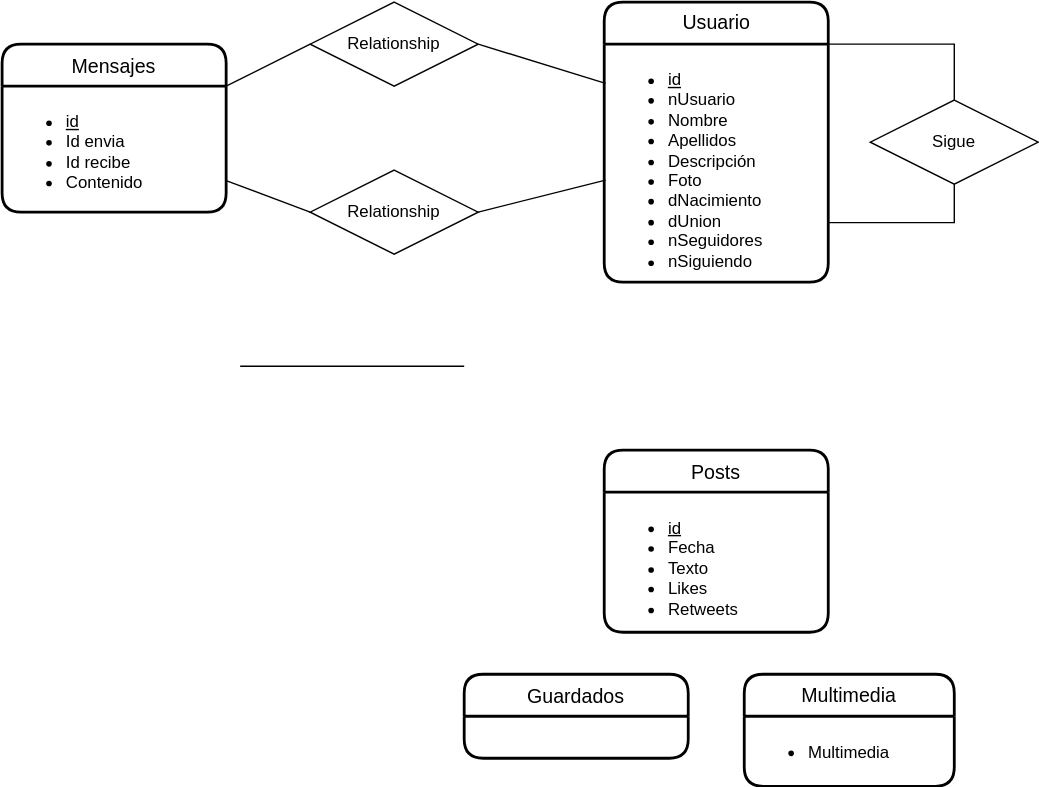
This is UD12-16.svg from Jimxx22/C3-UD11-UML, a draw.io export, as it was before one commit. Source tidied: cells renumbered, new cells last; positions are measured from the earlier drawing's top-left corner, leaving out a move shared by most shapes.
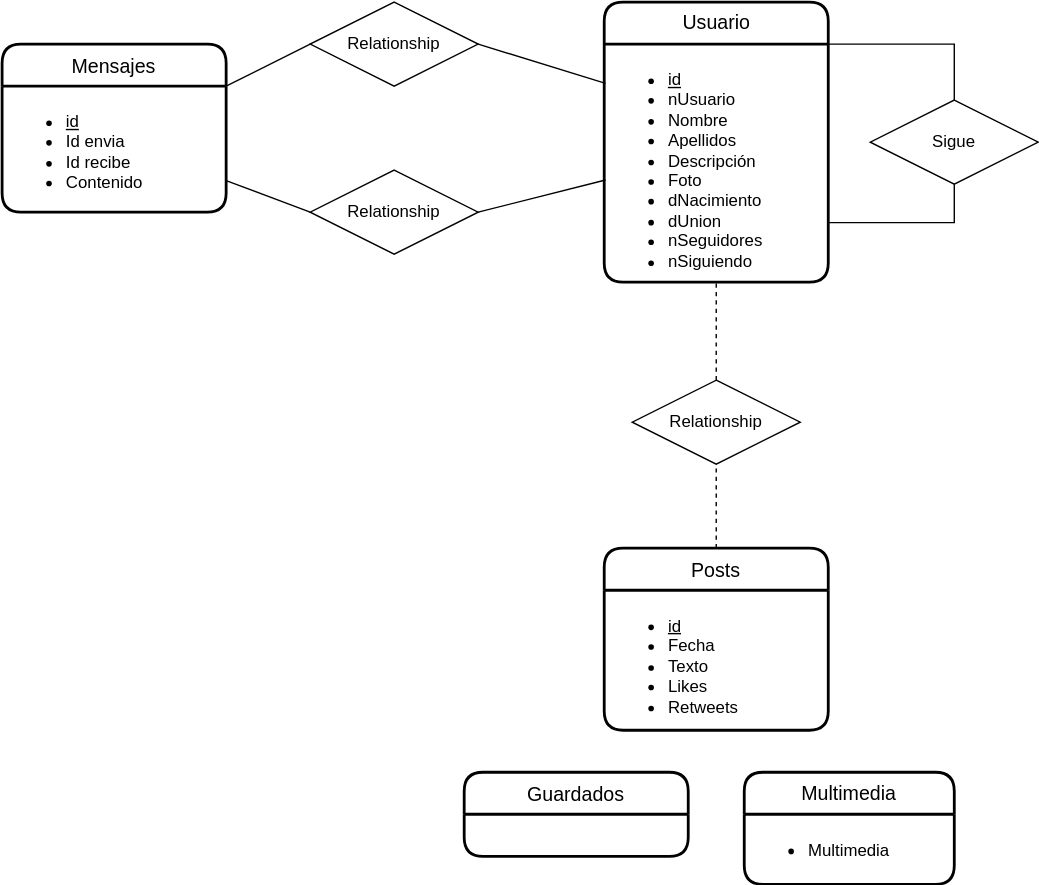
The same file after the commit.

What changed in the source:
```diff
@@ -9,7 +9,7 @@
       <mxGeometry y="30" width="160" height="170" as="geometry" />
     </mxCell>
     <mxCell id="4" value="Posts" style="swimlane;horizontal=1;startSize=30;rounded=1;fontSize=14;fontStyle=0;strokeWidth=2;shadow=0;dashed=0;align=center;" parent="1" vertex="1">
-      <mxGeometry x="430" y="320" width="160" height="130" as="geometry" />
+      <mxGeometry x="430" y="390" width="160" height="130" as="geometry" />
     </mxCell>
     <mxCell id="5" value="&lt;ul&gt;&lt;li&gt;&lt;u&gt;id&lt;/u&gt;&lt;/li&gt;&lt;li&gt;Fecha&lt;/li&gt;&lt;li&gt;Texto&lt;/li&gt;&lt;li&gt;Likes&lt;/li&gt;&lt;li&gt;Retweets&lt;/li&gt;&lt;/ul&gt;" style="align=left;strokeColor=none;fillColor=none;spacingLeft=4;fontSize=12;verticalAlign=top;html=1;" parent="4" vertex="1">
       <mxGeometry y="30" width="160" height="100" as="geometry" />
@@ -21,10 +21,10 @@
       <mxGeometry y="30" width="160" height="90" as="geometry" />
     </mxCell>
     <mxCell id="8" value="Guardados" style="swimlane;horizontal=1;startSize=30;rounded=1;fontSize=14;fontStyle=0;strokeWidth=2;shadow=0;dashed=0;align=center;" parent="1" vertex="1">
-      <mxGeometry x="330" y="480" width="160" height="60" as="geometry" />
+      <mxGeometry x="330" y="550" width="160" height="60" as="geometry" />
     </mxCell>
     <mxCell id="9" value="Multimedia" style="swimlane;horizontal=1;startSize=30;rounded=1;fontSize=14;fontStyle=0;strokeWidth=2;shadow=0;dashed=0;align=center;verticalAlign=top;" parent="1" vertex="1">
-      <mxGeometry x="530" y="480" width="150" height="80" as="geometry" />
+      <mxGeometry x="530" y="550" width="150" height="80" as="geometry" />
     </mxCell>
     <mxCell id="10" value="&lt;ul&gt;&lt;li&gt;Multimedia&lt;/li&gt;&lt;/ul&gt;" style="align=left;strokeColor=none;fillColor=none;spacingLeft=4;fontSize=12;verticalAlign=top;html=1;" parent="9" vertex="1">
       <mxGeometry y="30" width="150" height="50" as="geometry" />
@@ -60,11 +60,14 @@
         </Array>
       </mxGeometry>
     </mxCell>
-    <mxCell id="20" style="endArrow=none;html=1;rounded=0;labelBackgroundColor=none;" parent="1" edge="1">
-      <mxGeometry relative="1" as="geometry">
-        <mxPoint x="170" y="260" as="sourcePoint" />
-        <mxPoint x="330" y="260" as="targetPoint" />
-      </mxGeometry>
+    <mxCell id="20" style="endArrow=none;html=1;rounded=0;labelBackgroundColor=none;entryX=0.5;entryY=1;entryDx=0;entryDy=0;exitX=0.5;exitY=0;exitDx=0;exitDy=0;dashed=1;" parent="1" edge="1" source="21" target="3">
+      <mxGeometry relative="1" as="geometry" />
     </mxCell>
+    <mxCell id="21" value="Relationship" style="shape=rhombus;perimeter=rhombusPerimeter;whiteSpace=wrap;html=1;align=center;labelBackgroundColor=none;" parent="1" vertex="1">
+      <mxGeometry x="450" y="270" width="120" height="60" as="geometry" />
+    </mxCell>
+    <mxCell id="22" style="endArrow=none;html=1;rounded=0;labelBackgroundColor=none;entryX=0.5;entryY=1;entryDx=0;entryDy=0;exitX=0.5;exitY=0;exitDx=0;exitDy=0;dashed=1;" parent="1" edge="1" source="4" target="21">
+      <mxGeometry relative="1" as="geometry" />
+    </mxCell>
   </root>
 </mxGraphModel>
```
